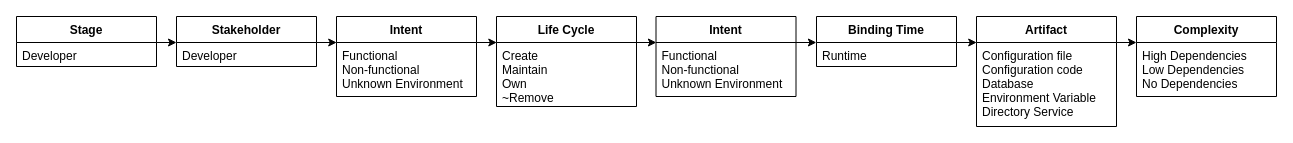
Before: images/ska_18.drawio in AI-4-SE/Dimensions-of-Software-Configuration, a draw.io diagram. Source tidied: cells renumbered, new cells numbered last; positions are measured from the earlier drawing's top-left corner, leaving out a move shared by most shapes. Both pictures are drawn from the tidied source at 100%, with x=0, y=0 at pixel (16, 16).
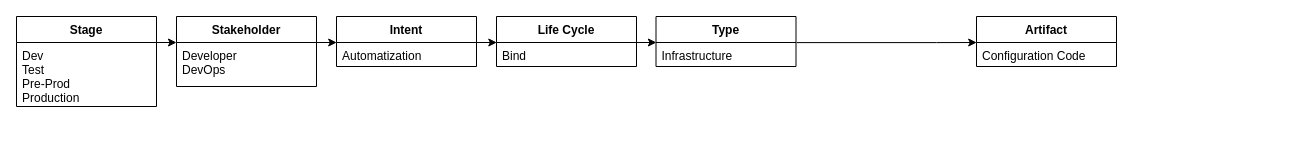
The same diagram, later.

Change to the diagram source:
```diff
@@
     <mxCell id="3" value="Stakeholder" style="swimlane;fontStyle=1;horizontal=1;startSize=26;fillColor=none;" parent="1" vertex="1">
-      <mxGeometry x="160" width="140" height="50" as="geometry" />
+      <mxGeometry x="160" width="140" height="70" as="geometry" />
     </mxCell>
-    <mxCell id="4" value="Developer" style="text;strokeColor=none;fillColor=none;align=left;verticalAlign=top;spacingLeft=4;spacingRight=4;overflow=hidden;" parent="3" vertex="1">
-      <mxGeometry y="26" width="140" height="24" as="geometry" />
+    <mxCell id="4" value="Developer&#10;DevOps" style="text;strokeColor=none;fillColor=none;align=left;verticalAlign=top;spacingLeft=4;spacingRight=4;overflow=hidden;" parent="3" vertex="1">
+      <mxGeometry y="26" width="140" height="44" as="geometry" />
     </mxCell>
     <mxCell id="5" value="Intent" style="swimlane;fontStyle=1;horizontal=1;startSize=26;fillColor=none;" parent="1" vertex="1">
-      <mxGeometry x="320" width="140" height="80" as="geometry" />
+      <mxGeometry x="320" width="140" height="50" as="geometry" />
     </mxCell>
-    <mxCell id="6" value="Functional&#10;Non-functional&#10;Unknown Environment" style="text;strokeColor=none;fillColor=none;align=left;verticalAlign=top;spacingLeft=4;spacingRight=4;overflow=hidden;" parent="5" vertex="1">
-      <mxGeometry y="26" width="140" height="54" as="geometry" />
+    <mxCell id="6" value="Automatization" style="text;strokeColor=none;fillColor=none;align=left;verticalAlign=top;spacingLeft=4;spacingRight=4;overflow=hidden;" parent="5" vertex="1">
+      <mxGeometry y="26" width="140" height="24" as="geometry" />
     </mxCell>
-    <mxCell id="7" value="Binding Time" style="swimlane;fontStyle=1;horizontal=1;startSize=26;fillColor=none;" parent="1" vertex="1">
-      <mxGeometry x="800" width="140" height="50" as="geometry" />
-    </mxCell>
-    <mxCell id="8" value="Runtime" style="text;strokeColor=none;fillColor=none;align=left;verticalAlign=top;spacingLeft=4;spacingRight=4;overflow=hidden;" parent="7" vertex="1">
-      <mxGeometry y="26" width="140" height="24" as="geometry" />
-    </mxCell>
-    <mxCell id="9" style="edgeStyle=orthogonalEdgeStyle;rounded=0;orthogonalLoop=1;jettySize=auto;html=1;entryX=0;entryY=0.5;entryDx=0;entryDy=0;" parent="1" edge="1">
+    <mxCell id="9" style="edgeStyle=orthogonalEdgeStyle;rounded=0;orthogonalLoop=1;jettySize=auto;html=1;entryX=0;entryY=0.5;entryDx=0;entryDy=0;exitX=1.005;exitY=0.006;exitDx=0;exitDy=0;exitPerimeter=0;" parent="1" edge="1">
       <mxGeometry relative="1" as="geometry">
-        <mxPoint x="940" y="26" as="sourcePoint" />
+        <mxPoint x="780.1" y="26.1" as="sourcePoint" />
         <mxPoint x="960.2" y="26" as="targetPoint" />
+        <Array as="points">
+          <mxPoint x="920" y="26" />
+          <mxPoint x="920" y="26" />
+        </Array>
       </mxGeometry>
     </mxCell>
     <mxCell id="10" value="Artifact" style="swimlane;fontStyle=1;horizontal=1;startSize=26;fillColor=none;" parent="1" vertex="1">
-      <mxGeometry x="960" width="140" height="110" as="geometry" />
+      <mxGeometry x="960" width="140" height="50" as="geometry" />
     </mxCell>
-    <mxCell id="11" value="Configuration file&#10;Configuration code&#10;Database&#10;Environment Variable&#10;Directory Service" style="text;strokeColor=none;fillColor=none;align=left;verticalAlign=top;spacingLeft=4;spacingRight=4;overflow=hidden;" parent="10" vertex="1">
-      <mxGeometry y="26" width="140" height="84" as="geometry" />
+    <mxCell id="11" value="Configuration Code" style="text;strokeColor=none;fillColor=none;align=left;verticalAlign=top;spacingLeft=4;spacingRight=4;overflow=hidden;" parent="10" vertex="1">
+      <mxGeometry y="26" width="140" height="24" as="geometry" />
     </mxCell>
@@
     <mxCell id="13" value="Life Cycle" style="swimlane;fontStyle=1;horizontal=1;startSize=26;fillColor=none;" parent="1" vertex="1">
-      <mxGeometry x="480" width="140" height="90" as="geometry" />
+      <mxGeometry x="480" width="140" height="50" as="geometry" />
     </mxCell>
-    <mxCell id="14" value="Create&#10;Maintain&#10;Own&#10;~Remove" style="text;strokeColor=none;fillColor=none;align=left;verticalAlign=top;spacingLeft=4;spacingRight=4;overflow=hidden;" parent="13" vertex="1">
-      <mxGeometry y="26" width="140" height="64" as="geometry" />
+    <mxCell id="14" value="Bind" style="text;strokeColor=none;fillColor=none;align=left;verticalAlign=top;spacingLeft=4;spacingRight=4;overflow=hidden;" parent="13" vertex="1">
+      <mxGeometry y="26" width="140" height="24" as="geometry" />
     </mxCell>
-    <mxCell id="15" style="edgeStyle=orthogonalEdgeStyle;rounded=0;orthogonalLoop=1;jettySize=auto;html=1;entryX=0;entryY=0.5;entryDx=0;entryDy=0;" parent="1" edge="1">
+    <mxCell id="15" style="edgeStyle=orthogonalEdgeStyle;rounded=0;orthogonalLoop=1;jettySize=auto;html=1;entryX=0;entryY=0.5;entryDx=0;entryDy=0;strokeColor=none;noLabel=1;fontColor=none;" parent="1" edge="1">
       <mxGeometry relative="1" as="geometry">
         <mxPoint x="1100" y="26" as="sourcePoint" />
         <mxPoint x="1120" y="26" as="targetPoint" />
       </mxGeometry>
     </mxCell>
-    <mxCell id="16" value="Complexity" style="swimlane;fontStyle=1;horizontal=1;startSize=26;fillColor=none;" parent="1" vertex="1">
+    <mxCell id="16" value="Complexity" style="swimlane;fontStyle=1;horizontal=1;startSize=26;fillColor=none;strokeColor=none;noLabel=1;fontColor=none;" parent="1" vertex="1">
       <mxGeometry x="1120" width="140" height="80" as="geometry" />
     </mxCell>
-    <mxCell id="17" value="High Dependencies&#10;Low Dependencies&#10;No Dependencies" style="text;strokeColor=none;fillColor=none;align=left;verticalAlign=top;spacingLeft=4;spacingRight=4;overflow=hidden;" parent="16" vertex="1">
+    <mxCell id="17" value="High Dependencies&#10;Low Dependencies&#10;No Dependencies" style="text;strokeColor=none;fillColor=none;align=left;verticalAlign=top;spacingLeft=4;spacingRight=4;overflow=hidden;noLabel=1;fontColor=none;" parent="16" vertex="1">
       <mxGeometry y="26" width="140" height="54" as="geometry" />
     </mxCell>
@@
-    <mxCell id="19" value="Intent" style="swimlane;fontStyle=1;horizontal=1;startSize=26;fillColor=none;" parent="1" vertex="1">
-      <mxGeometry x="639.5" width="140" height="80" as="geometry" />
+    <mxCell id="19" value="Type" style="swimlane;fontStyle=1;horizontal=1;startSize=26;fillColor=none;" parent="1" vertex="1">
+      <mxGeometry x="639.5" width="140" height="50" as="geometry" />
     </mxCell>
-    <mxCell id="20" value="Functional&#10;Non-functional&#10;Unknown Environment" style="text;strokeColor=none;fillColor=none;align=left;verticalAlign=top;spacingLeft=4;spacingRight=4;overflow=hidden;" parent="19" vertex="1">
-      <mxGeometry y="26" width="140" height="54" as="geometry" />
+    <mxCell id="20" value="Infrastructure" style="text;strokeColor=none;fillColor=none;align=left;verticalAlign=top;spacingLeft=4;spacingRight=4;overflow=hidden;" parent="19" vertex="1">
+      <mxGeometry y="26" width="140" height="24" as="geometry" />
     </mxCell>
-    <mxCell id="21" style="edgeStyle=orthogonalEdgeStyle;rounded=0;orthogonalLoop=1;jettySize=auto;html=1;entryX=0;entryY=0.5;entryDx=0;entryDy=0;" parent="1" edge="1">
-      <mxGeometry relative="1" as="geometry">
-        <mxPoint x="779.5" y="26" as="sourcePoint" />
-        <mxPoint x="799.9" y="26.1" as="targetPoint" />
-      </mxGeometry>
-    </mxCell>
@@
     <mxCell id="23" value="Stage" style="swimlane;fontStyle=1;horizontal=1;startSize=26;fillColor=none;" parent="1" vertex="1">
-      <mxGeometry width="140" height="50" as="geometry" />
+      <mxGeometry width="140" height="90" as="geometry" />
     </mxCell>
-    <mxCell id="24" value="Developer" style="text;strokeColor=none;fillColor=none;align=left;verticalAlign=top;spacingLeft=4;spacingRight=4;overflow=hidden;" parent="23" vertex="1">
-      <mxGeometry y="26" width="140" height="24" as="geometry" />
+    <mxCell id="24" value="Dev&#10;Test&#10;Pre-Prod&#10;Production" style="text;strokeColor=none;fillColor=none;align=left;verticalAlign=top;spacingLeft=4;spacingRight=4;overflow=hidden;" parent="23" vertex="1">
+      <mxGeometry y="26" width="140" height="64" as="geometry" />
     </mxCell>
```
